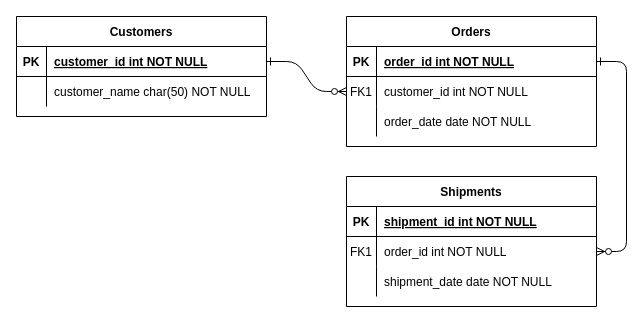
This is Untitled Diagram.drawio from blessinvarkey/advisor, a draw.io file, before an edit. Source tidied: cells renumbered, new cells numbered last; positions are measured from the earlier drawing's top-left corner, leaving out a move shared by most shapes. Both pictures are drawn from the tidied source at 100%, with x=0, y=0 at pixel (16, 16).
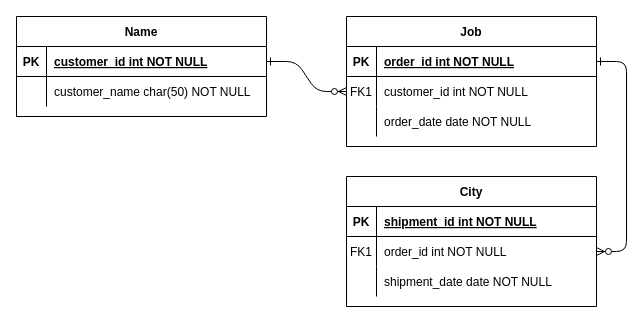
The same diagram, later.

The edit, as a diff of the source:
```diff
@@
-    <mxCell id="4" value="Orders" style="shape=table;startSize=30;childLayout=tableLayout;rowLines=0;fontStyle=1;align=center;" parent="1" vertex="1">
+    <mxCell id="4" value="Job" style="shape=table;startSize=30;childLayout=tableLayout;rowLines=0;fontStyle=1;align=center;" parent="1" vertex="1">
       <mxGeometry x="330" width="250" height="130" as="geometry" />
     </mxCell>
@@
-    <mxCell id="14" value="Shipments" style="shape=table;startSize=30;childLayout=tableLayout;rowLines=0;fontStyle=1;align=center;" parent="1" vertex="1">
+    <mxCell id="14" value="City" style="shape=table;startSize=30;childLayout=tableLayout;rowLines=0;fontStyle=1;align=center;" parent="1" vertex="1">
       <mxGeometry x="330" y="160" width="250" height="130" as="geometry" />
     </mxCell>
@@
-    <mxCell id="24" value="Customers" style="shape=table;startSize=30;childLayout=tableLayout;rowLines=0;fontStyle=1;align=center;" parent="1" vertex="1">
+    <mxCell id="24" value="Name" style="shape=table;startSize=30;childLayout=tableLayout;rowLines=0;fontStyle=1;align=center;" parent="1" vertex="1">
       <mxGeometry width="250" height="100" as="geometry" />
     </mxCell>
```
